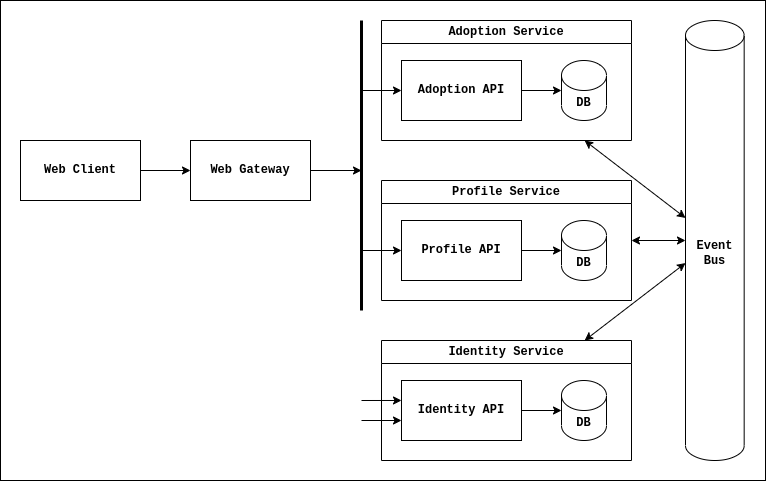
Above: img/architecture.drawio.png in brunoaragao/AdoPet (draw.io), before the change. Source tidied: cells renumbered, new cells last; positions are measured from the earlier drawing's top-left corner, leaving out a move shared by most shapes.
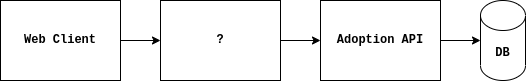
Later version of the same file.

The edit, as a diff of the source:
```diff
@@ -2,99 +2,26 @@
   <root>
     <mxCell id="0" />
     <mxCell id="1" parent="0" />
-    <mxCell id="2" style="rounded=0;whiteSpace=wrap;html=1;" parent="1" vertex="1">
-      <mxGeometry width="765" height="480" as="geometry" />
-    </mxCell>
     <mxCell id="3" style="edgeStyle=none;html=1;exitX=1;exitY=0.5;exitDx=0;exitDy=0;fontFamily=Courier New;fontStyle=1;" parent="1" edge="1" source="27" target="26">
       <mxGeometry relative="1" as="geometry" />
     </mxCell>
-    <mxCell id="4" style="endArrow=classic;startArrow=classic;html=1;fontFamily=Courier New;fontSize=11;fontColor=default;align=center;strokeColor=default;strokeWidth=1;edgeStyle=none;fontStyle=1;" parent="1" edge="1" source="5" target="25">
-      <mxGeometry relative="1" as="geometry" />
-    </mxCell>
-    <mxCell id="5" value="&lt;span lang=&quot;en&quot; class=&quot;HwtZe&quot;&gt;Adoption&lt;/span&gt;&amp;nbsp;Service" style="swimlane;whiteSpace=wrap;html=1;fontFamily=Courier New;fontStyle=1;" parent="1" vertex="1">
-      <mxGeometry x="381" y="20" width="250" height="120" as="geometry" />
-    </mxCell>
+    <mxCell id="10" style="edgeStyle=none;html=1;exitX=1;exitY=0.5;exitDx=0;exitDy=0;fontFamily=Courier New;fontStyle=1;" parent="1" edge="1" source="26" target="7">
+      <mxGeometry relative="1" as="geometry" />
+    </mxCell>
+    <mxCell id="26" value="?" style="rounded=0;whiteSpace=wrap;html=1;fontFamily=Courier New;fontStyle=1;" parent="1" vertex="1">
+      <mxGeometry x="32" y="-145" width="120" height="80" as="geometry" />
+    </mxCell>
+    <mxCell id="27" value="Web Client" style="rounded=0;whiteSpace=wrap;html=1;fontFamily=Courier New;fontStyle=1;" parent="1" vertex="1">
+      <mxGeometry x="-128" y="-145" width="120" height="80" as="geometry" />
+    </mxCell>
-    <mxCell id="6" style="edgeStyle=none;html=1;fontFamily=Courier New;fontStyle=1;" parent="5" edge="1" source="7" target="8">
+    <mxCell id="6" style="edgeStyle=none;html=1;fontFamily=Courier New;fontStyle=1;" parent="1" edge="1" source="7" target="8">
       <mxGeometry relative="1" as="geometry" />
     </mxCell>
-    <mxCell id="7" value="Adoption&amp;nbsp;API" style="rounded=0;whiteSpace=wrap;html=1;fontFamily=Courier New;fontStyle=1;" parent="5" vertex="1">
-      <mxGeometry x="20" y="40" width="120" height="60" as="geometry" />
+    <mxCell id="7" value="Adoption&amp;nbsp;API" style="rounded=0;whiteSpace=wrap;html=1;fontFamily=Courier New;fontStyle=1;" parent="1" vertex="1">
+      <mxGeometry x="192" y="-145" width="120" height="80" as="geometry" />
     </mxCell>
-    <mxCell id="8" value="DB" style="shape=cylinder3;whiteSpace=wrap;html=1;boundedLbl=1;backgroundOutline=1;size=15;fontFamily=Courier New;fontStyle=1;" parent="5" vertex="1">
-      <mxGeometry x="180" y="40" width="45" height="60" as="geometry" />
+    <mxCell id="8" value="DB" style="shape=cylinder3;whiteSpace=wrap;html=1;boundedLbl=1;backgroundOutline=1;size=15;fontFamily=Courier New;fontStyle=1;" parent="1" vertex="1">
+      <mxGeometry x="352" y="-145" width="45" height="80" as="geometry" />
     </mxCell>
-    <mxCell id="9" style="endArrow=none;html=1;strokeWidth=3;fontFamily=Courier New;fontStyle=1;" parent="1" edge="1">
-      <mxGeometry relative="1" as="geometry">
-        <mxPoint x="361" y="310" as="sourcePoint" />
-        <mxPoint x="361" y="20" as="targetPoint" />
-      </mxGeometry>
-    </mxCell>
-    <mxCell id="10" style="edgeStyle=none;html=1;exitX=1;exitY=0.5;exitDx=0;exitDy=0;fontFamily=Courier New;fontStyle=1;" parent="1" edge="1" source="26">
-      <mxGeometry relative="1" as="geometry">
-        <mxPoint x="361" y="170" as="targetPoint" />
-      </mxGeometry>
-    </mxCell>
-    <mxCell id="11" style="endArrow=classic;html=1;fontFamily=Courier New;fontStyle=1;" parent="1" edge="1" target="7">
-      <mxGeometry relative="1" as="geometry">
-        <mxPoint x="361" y="90" as="sourcePoint" />
-      </mxGeometry>
-    </mxCell>
-    <mxCell id="12" style="endArrow=classic;startArrow=classic;html=1;fontFamily=Courier New;fontSize=11;fontColor=default;align=center;strokeColor=default;strokeWidth=1;edgeStyle=none;fontStyle=1;" parent="1" edge="1" source="13" target="25">
-      <mxGeometry relative="1" as="geometry" />
-    </mxCell>
-    <mxCell id="13" value="Identity Service" style="swimlane;whiteSpace=wrap;html=1;fontFamily=Courier New;fontStyle=1;" parent="1" vertex="1">
-      <mxGeometry x="381" y="340" width="250" height="120" as="geometry" />
-    </mxCell>
-    <mxCell id="14" style="edgeStyle=none;html=1;fontFamily=Courier New;fontStyle=1;" parent="13" edge="1" source="15" target="16">
-      <mxGeometry relative="1" as="geometry" />
-    </mxCell>
-    <mxCell id="15" value="Identity API" style="rounded=0;whiteSpace=wrap;html=1;fontFamily=Courier New;fontStyle=1;" parent="13" vertex="1">
-      <mxGeometry x="20" y="40" width="120" height="60" as="geometry" />
-    </mxCell>
-    <mxCell id="16" value="DB" style="shape=cylinder3;whiteSpace=wrap;html=1;boundedLbl=1;backgroundOutline=1;size=15;fontFamily=Courier New;fontStyle=1;" parent="13" vertex="1">
-      <mxGeometry x="180" y="40" width="45" height="60" as="geometry" />
-    </mxCell>
-    <mxCell id="17" style="endArrow=classic;html=1;fontFamily=Courier New;fontStyle=1;" parent="1" edge="1" target="15">
-      <mxGeometry relative="1" as="geometry">
-        <mxPoint x="361" y="420" as="sourcePoint" />
-        <Array as="points">
-          <mxPoint x="401" y="420" />
-        </Array>
-      </mxGeometry>
-    </mxCell>
-    <mxCell id="18" style="endArrow=classic;html=1;strokeWidth=1;entryX=0;entryY=0.333;entryDx=0;entryDy=0;entryPerimeter=0;fontFamily=Courier New;fontStyle=1;" parent="1" edge="1" target="15">
-      <mxGeometry relative="1" as="geometry">
-        <mxPoint x="361" y="400" as="sourcePoint" />
-      </mxGeometry>
-    </mxCell>
-    <mxCell id="19" style="endArrow=classic;startArrow=classic;html=1;fontFamily=Courier New;fontSize=11;fontColor=default;align=center;strokeColor=default;strokeWidth=1;edgeStyle=none;fontStyle=1;" parent="1" edge="1" source="20" target="25">
-      <mxGeometry relative="1" as="geometry" />
-    </mxCell>
-    <mxCell id="20" value="Profile Service" style="swimlane;whiteSpace=wrap;html=1;fontFamily=Courier New;fontStyle=1;" parent="1" vertex="1">
-      <mxGeometry x="381" y="180" width="250" height="120" as="geometry" />
-    </mxCell>
-    <mxCell id="21" style="edgeStyle=none;html=1;fontFamily=Courier New;fontStyle=1;" parent="20" edge="1" source="22" target="23">
-      <mxGeometry relative="1" as="geometry" />
-    </mxCell>
-    <mxCell id="22" value="Profile API" style="rounded=0;whiteSpace=wrap;html=1;fontFamily=Courier New;fontStyle=1;" parent="20" vertex="1">
-      <mxGeometry x="20" y="40" width="120" height="60" as="geometry" />
-    </mxCell>
-    <mxCell id="23" value="DB" style="shape=cylinder3;whiteSpace=wrap;html=1;boundedLbl=1;backgroundOutline=1;size=15;fontFamily=Courier New;fontStyle=1;" parent="20" vertex="1">
-      <mxGeometry x="180" y="40" width="45" height="60" as="geometry" />
-    </mxCell>
-    <mxCell id="24" style="endArrow=classic;html=1;fontFamily=Courier New;fontStyle=1;" parent="1" edge="1" target="22">
-      <mxGeometry relative="1" as="geometry">
-        <mxPoint x="361" y="250" as="sourcePoint" />
-      </mxGeometry>
-    </mxCell>
-    <mxCell id="25" value="Event Bus" style="shape=cylinder3;whiteSpace=wrap;html=1;boundedLbl=1;backgroundOutline=1;size=15;fontFamily=Courier New;fontStyle=1;" parent="1" vertex="1">
-      <mxGeometry x="685" y="20" width="58.7" height="440" as="geometry" />
-    </mxCell>
-    <mxCell id="26" value="Web Gateway" style="rounded=0;whiteSpace=wrap;html=1;fontFamily=Courier New;fontStyle=1;" parent="1" vertex="1">
-      <mxGeometry x="190" y="140" width="120" height="60" as="geometry" />
-    </mxCell>
-    <mxCell id="27" value="Web Client" style="rounded=0;whiteSpace=wrap;html=1;fontFamily=Courier New;fontStyle=1;" parent="1" vertex="1">
-      <mxGeometry x="20" y="140" width="120" height="60" as="geometry" />
-    </mxCell>
   </root>
 </mxGraphModel>
```
